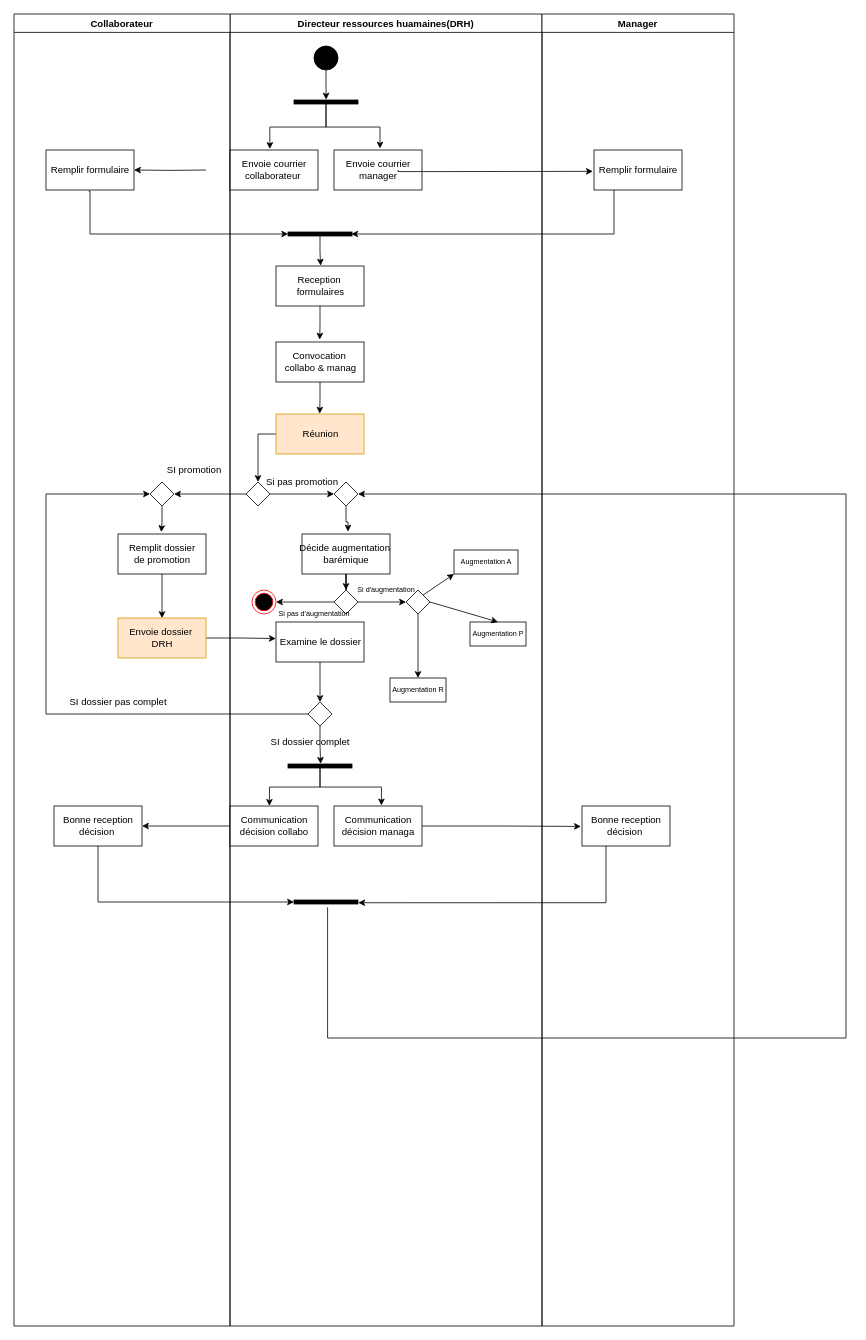
This is page "Copie de GRH 2" (7 of 9) of Exo web AD.drawio from michaelnba23/Ichec, a draw.io file, before an edit. Source tidied: cells renumbered, new cells numbered last; positions are measured from the earlier drawing's top-left corner, leaving out a move shared by most shapes. Both pictures are drawn from the tidied source at 80%, with x=0, y=0 at pixel (14, 14).
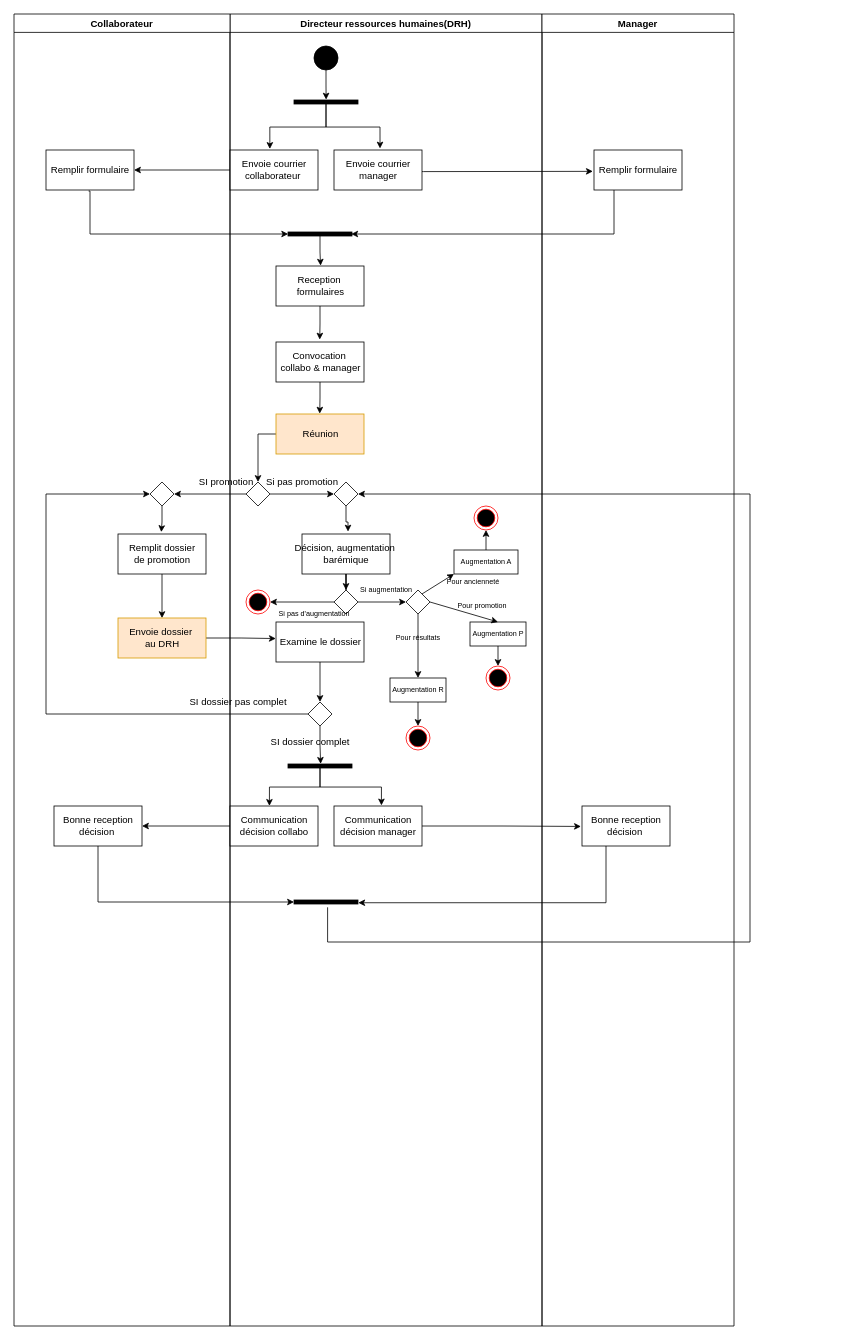
The same diagram, later.

Unchanged cells that the change refers to:
```xml
<mxCell id="7" value="Envoie courrier&lt;br&gt;collaborateur&amp;nbsp;" style="html=1;" parent="2" vertex="1">
  <mxGeometry y="170" width="110" height="50" as="geometry" />
</mxCell>
<mxCell id="31" style="html=1;points=[];perimeter=orthogonalPerimeter;fillColor=strokeColor;rotation=90;" parent="2" vertex="1">
  <mxGeometry x="117.5" y="1070" width="5" height="80" as="geometry" />
</mxCell>
<mxCell id="33" style="rhombus;" parent="2" vertex="1">
  <mxGeometry x="130" y="585" width="30" height="30" as="geometry" />
</mxCell>
<mxCell id="39" style="rhombus;fontSize=9;" parent="2" vertex="1">
  <mxGeometry x="130" y="720" width="30" height="30" as="geometry" />
</mxCell>
<mxCell id="44" value="Augmentation R" style="html=1;fontSize=9;" parent="2" vertex="1">
  <mxGeometry x="200" y="830" width="70" height="30" as="geometry" />
</mxCell>
<mxCell id="45" value="Augmentation P" style="html=1;fontSize=9;" parent="2" vertex="1">
  <mxGeometry x="300" y="760" width="70" height="30" as="geometry" />
</mxCell>
<mxCell id="46" value="Augmentation A" style="html=1;fontSize=9;" parent="2" vertex="1">
  <mxGeometry x="280" y="670" width="80" height="30" as="geometry" />
</mxCell>
<mxCell id="57" value="Collaborateur" style="swimlane;" parent="1" vertex="1">
  <mxGeometry width="270" height="1640" as="geometry" />
</mxCell>
<mxCell id="58" value="Remplir formulaire" style="html=1;" parent="57" vertex="1">
  <mxGeometry x="40" y="170" width="110" height="50" as="geometry" />
</mxCell>
<mxCell id="72" value="Remplir formulaire" style="html=1;" parent="71" vertex="1">
  <mxGeometry x="65" y="170" width="110" height="50" as="geometry" />
</mxCell>
```

The edit, as a diff of the source:
```diff
@@
+    <mxCell id="54" style="edgeStyle=orthogonalEdgeStyle;rounded=0;jettySize=auto;html=1;entryX=-0.013;entryY=0.534;entryDx=0;entryDy=0;entryPerimeter=0;" parent="1" edge="1" target="72">
+      <mxGeometry relative="1" as="geometry">
+        <mxPoint x="480" y="195" as="sourcePoint" />
+        <Array as="points">
+          <mxPoint x="480" y="197" />
+          <mxPoint x="512" y="197" />
+        </Array>
+      </mxGeometry>
+    </mxCell>
-    <mxCell id="2" value="Directeur ressources huamaines(DRH)" style="swimlane;" parent="1" vertex="1">
+    <mxCell id="2" value="Directeur ressources humaines(DRH)" style="swimlane;" parent="1" vertex="1">
       <mxGeometry x="270" width="390" height="1640" as="geometry" />
     </mxCell>
@@
-    <mxCell id="16" value="Convocation&amp;nbsp;&lt;br&gt;collabo &amp;amp; manag" style="html=1;" parent="2" vertex="1">
+    <mxCell id="16" value="Convocation&amp;nbsp;&lt;br&gt;collabo &amp;amp; manager" style="html=1;" parent="2" vertex="1">
       <mxGeometry x="57.5" y="410" width="110" height="50" as="geometry" />
     </mxCell>
@@
-    <mxCell id="27" value="Communication&lt;br&gt;décision managa" style="html=1;" parent="2" vertex="1">
+    <mxCell id="27" value="Communication&lt;br&gt;décision manager" style="html=1;" parent="2" vertex="1">
       <mxGeometry x="130" y="990" width="110" height="50" as="geometry" />
     </mxCell>
@@
-    <mxCell id="35" value="Décide augmentation&amp;nbsp;&lt;br&gt;barémique" style="html=1;" parent="2" vertex="1">
+    <mxCell id="35" value="Décision, augmentation&amp;nbsp;&lt;br&gt;barémique" style="html=1;" parent="2" vertex="1">
       <mxGeometry x="90" y="650" width="110" height="50" as="geometry" />
     </mxCell>
     <mxCell id="36" style="endArrow=classic;html=1;rounded=0;entryX=1;entryY=0.5;entryDx=0;entryDy=0;exitX=1.833;exitY=0.475;exitDx=0;exitDy=0;exitPerimeter=0;" parent="2" edge="1" source="31" target="33">
       <mxGeometry relative="1" as="geometry">
         <Array as="points">
-          <mxPoint x="122" y="1280" />
-          <mxPoint x="770" y="1280" />
-          <mxPoint x="770" y="600" />
+          <mxPoint x="122" y="1160" />
+          <mxPoint x="650" y="1160" />
+          <mxPoint x="650" y="600" />
         </Array>
       </mxGeometry>
     </mxCell>
-    <mxCell id="37" style="edgeStyle=orthogonalEdgeStyle;rounded=0;jettySize=auto;html=1;entryX=1;entryY=0.5;entryDx=0;entryDy=0;fontSize=9;" parent="2" edge="1" source="39" target="40">
-      <mxGeometry relative="1" as="geometry" />
-    </mxCell>
@@
+    <mxCell id="74" style="edgeStyle=orthogonalEdgeStyle;rounded=0;jettySize=auto;html=1;entryX=1;entryY=0.5;entryDx=0;entryDy=0;fontSize=9;" parent="2" edge="1" source="39" target="83">
+      <mxGeometry relative="1" as="geometry" />
+    </mxCell>
@@
     <mxCell id="40" style="ellipse;html=1;shape=endState;fillColor=#000000;strokeColor=#ff0000;fontSize=9;" parent="2" vertex="1">
-      <mxGeometry x="27.5" y="720" width="30" height="30" as="geometry" />
+      <mxGeometry x="305" y="615" width="30" height="30" as="geometry" />
     </mxCell>
@@
-    <mxCell id="43" value="Si d'augmentation" style="text;html=1;align=center;verticalAlign=middle;points=[];strokeColor=none;fillColor=none;fontSize=9;" parent="2" vertex="1">
-      <mxGeometry x="145" y="710" width="100" height="20" as="geometry" />
+    <mxCell id="43" value="Si augmentation" style="text;html=1;align=center;verticalAlign=middle;points=[];strokeColor=none;fillColor=none;fontSize=9;" parent="2" vertex="1">
+      <mxGeometry x="150" y="710" width="90" height="20" as="geometry" />
     </mxCell>
+    <mxCell id="75" style="edgeStyle=orthogonalEdgeStyle;rounded=0;jettySize=auto;html=1;exitX=0.5;exitY=1;exitDx=0;exitDy=0;entryX=0.5;entryY=0;entryDx=0;entryDy=0;fontSize=9;" parent="2" edge="1" source="44" target="81">
+      <mxGeometry relative="1" as="geometry" />
+    </mxCell>
@@
+    <mxCell id="76" style="edgeStyle=orthogonalEdgeStyle;rounded=0;jettySize=auto;html=1;exitX=0.5;exitY=1;exitDx=0;exitDy=0;entryX=0.5;entryY=0;entryDx=0;entryDy=0;fontSize=9;" parent="2" edge="1" source="45" target="82">
+      <mxGeometry relative="1" as="geometry" />
+    </mxCell>
@@
+    <mxCell id="77" style="edgeStyle=orthogonalEdgeStyle;rounded=0;jettySize=auto;html=1;exitX=0.5;exitY=0;exitDx=0;exitDy=0;entryX=0.5;entryY=1;entryDx=0;entryDy=0;fontSize=9;" parent="2" edge="1" source="46" target="40">
+      <mxGeometry relative="1" as="geometry" />
+    </mxCell>
@@
+    <mxCell id="65" value="SI dossier pas complet" style="text;html=1;align=center;verticalAlign=middle;strokeColor=none;fillColor=none;" parent="2" vertex="1">
+      <mxGeometry x="-60" y="845" width="140" height="30" as="geometry" />
+    </mxCell>
+    <mxCell id="78" value="Pour résultats" style="text;html=1;align=center;verticalAlign=middle;strokeColor=none;fillColor=none;fontSize=9;" parent="2" vertex="1">
+      <mxGeometry x="195" y="770" width="80" height="20" as="geometry" />
+    </mxCell>
+    <mxCell id="79" value="Pour ancienneté&amp;nbsp;" style="text;html=1;align=center;verticalAlign=middle;strokeColor=none;fillColor=none;fontSize=9;" parent="2" vertex="1">
+      <mxGeometry x="260" y="700" width="90" height="20" as="geometry" />
+    </mxCell>
+    <mxCell id="80" value="Pour promotion" style="text;html=1;align=center;verticalAlign=middle;strokeColor=none;fillColor=none;fontSize=9;" parent="2" vertex="1">
+      <mxGeometry x="270" y="730" width="90" height="20" as="geometry" />
+    </mxCell>
+    <mxCell id="81" style="ellipse;html=1;shape=endState;fillColor=#000000;strokeColor=#ff0000;fontSize=9;" parent="2" vertex="1">
+      <mxGeometry x="220" y="890" width="30" height="30" as="geometry" />
+    </mxCell>
+    <mxCell id="82" style="ellipse;html=1;shape=endState;fillColor=#000000;strokeColor=#ff0000;fontSize=9;" parent="2" vertex="1">
+      <mxGeometry x="320" y="815" width="30" height="30" as="geometry" />
+    </mxCell>
+    <mxCell id="83" style="ellipse;html=1;shape=endState;fillColor=#000000;strokeColor=#ff0000;fontSize=9;" parent="2" vertex="1">
+      <mxGeometry x="20" y="720" width="30" height="30" as="geometry" />
+    </mxCell>
@@
-    <mxCell id="54" style="edgeStyle=orthogonalEdgeStyle;rounded=0;jettySize=auto;html=1;entryX=-0.013;entryY=0.534;entryDx=0;entryDy=0;entryPerimeter=0;" parent="1" edge="1" target="72">
-      <mxGeometry relative="1" as="geometry">
-        <mxPoint x="480" y="195" as="sourcePoint" />
-        <Array as="points">
-          <mxPoint x="480" y="197" />
-          <mxPoint x="512" y="197" />
-        </Array>
-      </mxGeometry>
-    </mxCell>
-    <mxCell id="55" style="edgeStyle=orthogonalEdgeStyle;rounded=0;jettySize=auto;html=1;entryX=1;entryY=0.5;entryDx=0;entryDy=0;entryPerimeter=0;" parent="1" edge="1" target="58">
-      <mxGeometry relative="1" as="geometry">
-        <mxPoint x="240" y="195" as="sourcePoint" />
-      </mxGeometry>
+    <mxCell id="55" style="edgeStyle=orthogonalEdgeStyle;rounded=0;jettySize=auto;html=1;entryX=1;entryY=0.5;entryDx=0;entryDy=0;entryPerimeter=0;" parent="1" edge="1" source="7" target="58">
+      <mxGeometry relative="1" as="geometry" />
     </mxCell>
@@
     <mxCell id="61" value="SI promotion" style="text;html=1;align=center;verticalAlign=middle;strokeColor=none;fillColor=none;" parent="57" vertex="1">
-      <mxGeometry x="180" y="555" width="90" height="30" as="geometry" />
+      <mxGeometry x="220" y="570" width="90" height="30" as="geometry" />
     </mxCell>
-    <mxCell id="62" value="Envoie dossier&amp;nbsp;&lt;br&gt;DRH" style="html=1;fillColor=#ffe6cc;strokeColor=#d79b00;" parent="57" vertex="1">
+    <mxCell id="62" value="Envoie dossier&amp;nbsp;&lt;br&gt;au DRH" style="html=1;fillColor=#ffe6cc;strokeColor=#d79b00;" parent="57" vertex="1">
       <mxGeometry x="130" y="755" width="110" height="50" as="geometry" />
     </mxCell>
@@
-    <mxCell id="65" value="SI dossier pas complet" style="text;html=1;align=center;verticalAlign=middle;strokeColor=none;fillColor=none;" parent="57" vertex="1">
-      <mxGeometry x="60" y="845" width="140" height="30" as="geometry" />
-    </mxCell>
```
